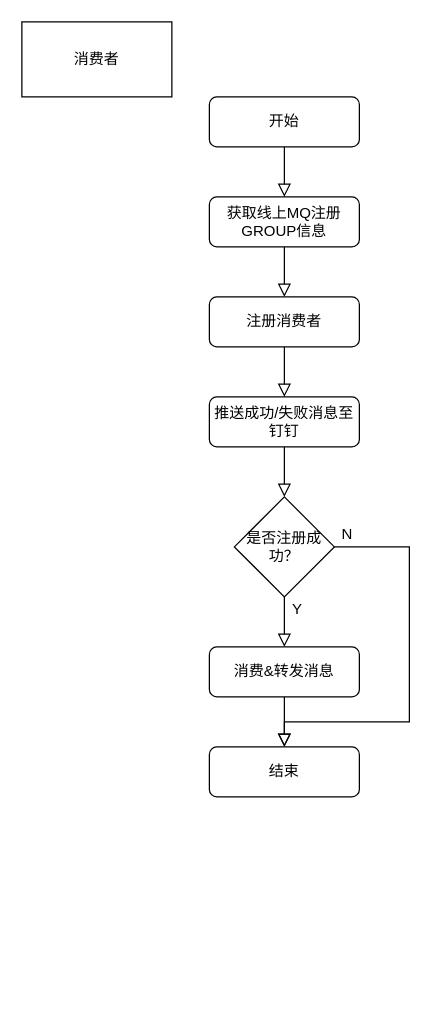
Before: page "消费者站点注册消费者流程" (2 of 5) of 懂牛生产者.drawio in yigoC/test, a draw.io diagram. Source tidied: cells renumbered, new cells numbered last; positions are measured from the earlier drawing's top-left corner, leaving out a move shared by most shapes. Both pictures are drawn from the tidied source at 125%, with x=0, y=0 at pixel (21, 21).
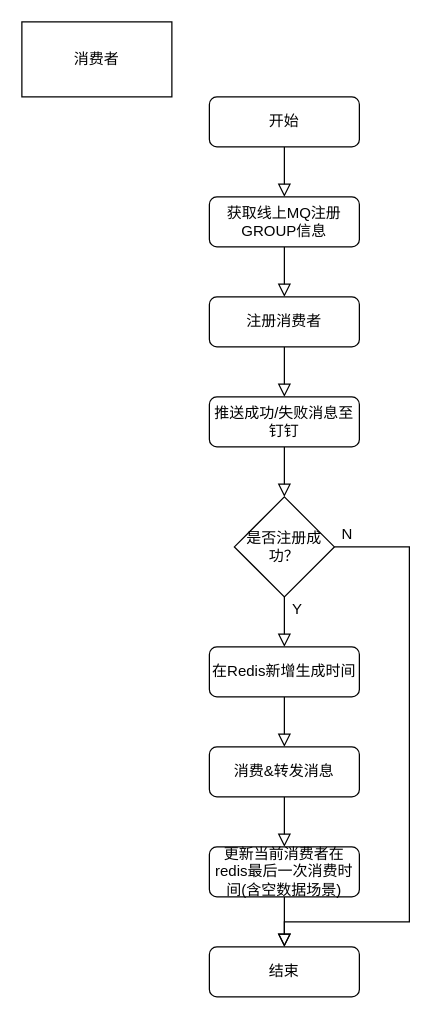
After the change.

Unchanged cells that the change refers to:
```xml
<mxCell id="14" value="是否注册成功？" style="rhombus;whiteSpace=wrap;html=1;" parent="1" vertex="1">
  <mxGeometry x="170" y="380" width="80" height="80" as="geometry" />
</mxCell>
```

Change to the diagram source:
```diff
@@
-    <mxCell id="2" style="rounded=0;html=1;jettySize=auto;fontSize=11;endArrow=block;endFill=0;endSize=8;strokeWidth=1;shadow=0;labelBackgroundColor=none;edgeStyle=orthogonalEdgeStyle;entryX=0.5;entryY=0;entryDx=0;entryDy=0;" parent="1" edge="1" source="10" target="4">
+    <mxCell id="2" style="rounded=0;html=1;jettySize=auto;fontSize=11;endArrow=block;endFill=0;endSize=8;strokeWidth=1;shadow=0;labelBackgroundColor=none;edgeStyle=orthogonalEdgeStyle;entryX=0.5;entryY=0;entryDx=0;entryDy=0;" parent="1" edge="1" source="21" target="4">
       <mxGeometry relative="1" as="geometry" />
     </mxCell>
@@
     <mxCell id="4" value="结束" style="rounded=1;whiteSpace=wrap;html=1;fontSize=12;glass=0;strokeWidth=1;shadow=0;" parent="1" vertex="1">
-      <mxGeometry x="150" y="580" width="120" height="40" as="geometry" />
+      <mxGeometry x="150" y="740" width="120" height="40" as="geometry" />
     </mxCell>
@@
     <mxCell id="10" value="消费&amp;amp;转发消息" style="rounded=1;whiteSpace=wrap;html=1;fontSize=12;glass=0;strokeWidth=1;shadow=0;" parent="1" vertex="1">
-      <mxGeometry x="150" y="500" width="120" height="40" as="geometry" />
+      <mxGeometry x="150" y="580" width="120" height="40" as="geometry" />
     </mxCell>
-    <mxCell id="11" style="rounded=0;html=1;jettySize=auto;fontSize=11;endArrow=block;endFill=0;endSize=8;strokeWidth=1;shadow=0;labelBackgroundColor=none;edgeStyle=orthogonalEdgeStyle;" parent="1" edge="1" source="14" target="10">
+    <mxCell id="11" style="rounded=0;html=1;jettySize=auto;fontSize=11;endArrow=block;endFill=0;endSize=8;strokeWidth=1;shadow=0;labelBackgroundColor=none;edgeStyle=orthogonalEdgeStyle;" parent="1" edge="1" source="19" target="10">
       <mxGeometry relative="1" as="geometry" />
     </mxCell>
@@
     <mxCell id="17" style="rounded=0;html=1;jettySize=auto;fontSize=11;endArrow=block;endFill=0;endSize=8;strokeWidth=1;shadow=0;labelBackgroundColor=none;edgeStyle=orthogonalEdgeStyle;entryX=0.5;entryY=0;entryDx=0;entryDy=0;exitX=1;exitY=0.5;exitDx=0;exitDy=0;" parent="1" edge="1" source="14" target="4">
       <mxGeometry relative="1" as="geometry">
         <Array as="points">
           <mxPoint x="310" y="420" />
-          <mxPoint x="310" y="560" />
-          <mxPoint x="210" y="560" />
+          <mxPoint x="310" y="720" />
+          <mxPoint x="210" y="720" />
         </Array>
       </mxGeometry>
     </mxCell>
@@
+    <mxCell id="19" value="在Redis新增生成时间" style="rounded=1;whiteSpace=wrap;html=1;fontSize=12;glass=0;strokeWidth=1;shadow=0;" parent="1" vertex="1">
+      <mxGeometry x="150" y="500" width="120" height="40" as="geometry" />
+    </mxCell>
+    <mxCell id="20" style="rounded=0;html=1;jettySize=auto;fontSize=11;endArrow=block;endFill=0;endSize=8;strokeWidth=1;shadow=0;labelBackgroundColor=none;edgeStyle=orthogonalEdgeStyle;" parent="1" edge="1" source="14" target="19">
+      <mxGeometry relative="1" as="geometry" />
+    </mxCell>
+    <mxCell id="21" value="更新当前消费者在redis最后一次消费时间(含空数据场景)" style="rounded=1;whiteSpace=wrap;html=1;fontSize=12;glass=0;strokeWidth=1;shadow=0;" parent="1" vertex="1">
+      <mxGeometry x="150" y="660" width="120" height="40" as="geometry" />
+    </mxCell>
+    <mxCell id="22" style="rounded=0;html=1;jettySize=auto;fontSize=11;endArrow=block;endFill=0;endSize=8;strokeWidth=1;shadow=0;labelBackgroundColor=none;edgeStyle=orthogonalEdgeStyle;entryX=0.5;entryY=0;entryDx=0;entryDy=0;" parent="1" edge="1" source="10" target="21">
+      <mxGeometry relative="1" as="geometry" />
+    </mxCell>
```
